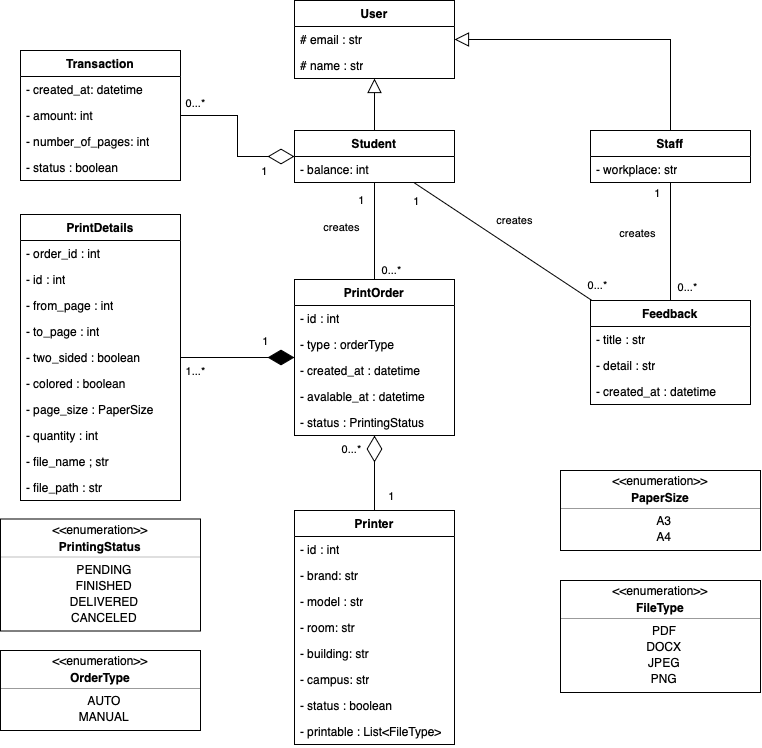
Before: domain-model.drawio.png, a diagram exported from draw.io (blueonline07/test-somth). Source tidied: cells renumbered, new cells last; positions are measured from the earlier drawing's top-left corner, leaving out a move shared by most shapes.
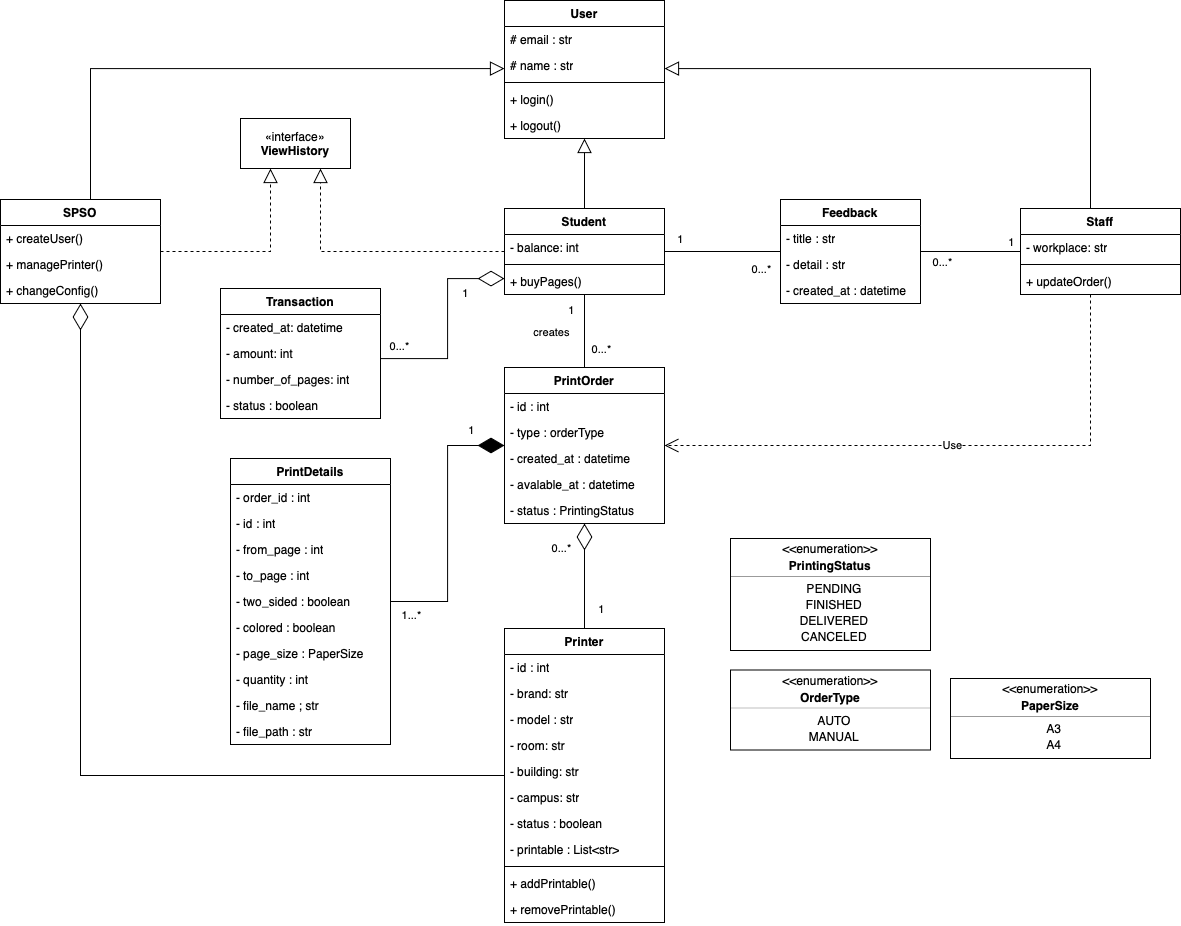
After the commit.

What changed in the source:
```diff
@@ -5,3 +5,3 @@
     <mxCell id="2" value="User" style="swimlane;fontStyle=1;align=center;verticalAlign=top;horizontal=1;startSize=26;whiteSpace=wrap;html=1;" parent="1" vertex="1">
-      <mxGeometry x="294" width="160" height="78" as="geometry" />
+      <mxGeometry x="294" y="-88" width="160" height="138" as="geometry" />
     </mxCell>
@@ -13,4 +13,13 @@
     </mxCell>
+    <mxCell id="99" style="line;strokeWidth=1;fillColor=none;align=left;verticalAlign=middle;spacingTop=-1;spacingLeft=3;spacingRight=3;labelPosition=right;strokeColor=inherit;" parent="2" vertex="1">
+      <mxGeometry y="78" width="160" height="8" as="geometry" />
+    </mxCell>
+    <mxCell id="100" value="+ login()" style="text;strokeColor=none;fillColor=none;align=left;verticalAlign=top;spacingLeft=4;spacingRight=4;overflow=hidden;whiteSpace=wrap;html=1;" parent="2" vertex="1">
+      <mxGeometry y="86" width="160" height="26" as="geometry" />
+    </mxCell>
+    <mxCell id="101" value="+ logout()" style="text;strokeColor=none;fillColor=none;align=left;verticalAlign=top;spacingLeft=4;spacingRight=4;overflow=hidden;whiteSpace=wrap;html=1;" parent="2" vertex="1">
+      <mxGeometry y="112" width="160" height="26" as="geometry" />
+    </mxCell>
     <mxCell id="5" value="Student" style="swimlane;fontStyle=1;align=center;verticalAlign=top;horizontal=1;startSize=26;whiteSpace=wrap;html=1;" parent="1" vertex="1">
-      <mxGeometry x="294" y="130" width="160" height="52" as="geometry" />
+      <mxGeometry x="294" y="120" width="160" height="86" as="geometry" />
     </mxCell>
@@ -19,4 +28,10 @@
     </mxCell>
+    <mxCell id="102" style="line;strokeWidth=1;fillColor=none;align=left;verticalAlign=middle;spacingTop=-1;spacingLeft=3;spacingRight=3;labelPosition=right;strokeColor=inherit;" parent="5" vertex="1">
+      <mxGeometry y="52" width="160" height="8" as="geometry" />
+    </mxCell>
+    <mxCell id="103" value="+ buyPages()" style="text;strokeColor=none;fillColor=none;align=left;verticalAlign=top;spacingLeft=4;spacingRight=4;overflow=hidden;whiteSpace=wrap;html=1;" parent="5" vertex="1">
+      <mxGeometry y="60" width="160" height="26" as="geometry" />
+    </mxCell>
     <mxCell id="7" value="Staff" style="swimlane;fontStyle=1;align=center;verticalAlign=top;horizontal=1;startSize=26;whiteSpace=wrap;html=1;" parent="1" vertex="1">
-      <mxGeometry x="590" y="130" width="160" height="52" as="geometry" />
+      <mxGeometry x="810" y="120" width="160" height="86" as="geometry" />
     </mxCell>
@@ -25,2 +40,8 @@
     </mxCell>
+    <mxCell id="104" style="line;strokeWidth=1;fillColor=none;align=left;verticalAlign=middle;spacingTop=-1;spacingLeft=3;spacingRight=3;labelPosition=right;strokeColor=inherit;" parent="7" vertex="1">
+      <mxGeometry y="52" width="160" height="8" as="geometry" />
+    </mxCell>
+    <mxCell id="105" value="+ updateOrder()" style="text;strokeColor=none;fillColor=none;align=left;verticalAlign=top;spacingLeft=4;spacingRight=4;overflow=hidden;whiteSpace=wrap;html=1;" parent="7" vertex="1">
+      <mxGeometry y="60" width="160" height="26" as="geometry" />
+    </mxCell>
     <mxCell id="9" value="PrintOrder" style="swimlane;fontStyle=1;align=center;verticalAlign=top;horizontal=1;startSize=26;whiteSpace=wrap;html=1;" parent="1" vertex="1">
@@ -44,3 +65,3 @@
     <mxCell id="15" value="Printer" style="swimlane;fontStyle=1;align=center;verticalAlign=top;horizontal=1;startSize=26;whiteSpace=wrap;html=1;" parent="1" vertex="1">
-      <mxGeometry x="294" y="510" width="160" height="234" as="geometry" />
+      <mxGeometry x="294" y="540" width="160" height="294" as="geometry" />
     </mxCell>
@@ -67,7 +88,16 @@
     </mxCell>
-    <mxCell id="23" value="- printable : List&amp;lt;FileType&amp;gt;" style="text;strokeColor=none;fillColor=none;align=left;verticalAlign=top;spacingLeft=4;spacingRight=4;overflow=hidden;whiteSpace=wrap;html=1;" parent="15" vertex="1">
+    <mxCell id="23" value="- printable : List&amp;lt;str&amp;gt;" style="text;strokeColor=none;fillColor=none;align=left;verticalAlign=top;spacingLeft=4;spacingRight=4;overflow=hidden;whiteSpace=wrap;html=1;" parent="15" vertex="1">
       <mxGeometry y="208" width="160" height="26" as="geometry" />
     </mxCell>
+    <mxCell id="106" style="line;strokeWidth=1;fillColor=none;align=left;verticalAlign=middle;spacingTop=-1;spacingLeft=3;spacingRight=3;labelPosition=right;strokeColor=inherit;" parent="15" vertex="1">
+      <mxGeometry y="234" width="160" height="8" as="geometry" />
+    </mxCell>
+    <mxCell id="107" value="+ addPrintable()" style="text;strokeColor=none;fillColor=none;align=left;verticalAlign=top;spacingLeft=4;spacingRight=4;overflow=hidden;whiteSpace=wrap;html=1;" parent="15" vertex="1">
+      <mxGeometry y="242" width="160" height="26" as="geometry" />
+    </mxCell>
+    <mxCell id="108" value="+ removePrintable()" style="text;strokeColor=none;fillColor=none;align=left;verticalAlign=top;spacingLeft=4;spacingRight=4;overflow=hidden;whiteSpace=wrap;html=1;" parent="15" vertex="1">
+      <mxGeometry y="268" width="160" height="26" as="geometry" />
+    </mxCell>
     <mxCell id="24" value="PrintDetails" style="swimlane;fontStyle=1;align=center;verticalAlign=top;horizontal=1;startSize=26;whiteSpace=wrap;html=1;" parent="1" vertex="1">
-      <mxGeometry x="20" y="214" width="160" height="286" as="geometry" />
+      <mxGeometry x="20" y="370" width="160" height="286" as="geometry" />
     </mxCell>
@@ -104,14 +134,14 @@
     <mxCell id="35" value="Feedback" style="swimlane;fontStyle=1;align=center;verticalAlign=top;horizontal=1;startSize=26;whiteSpace=wrap;html=1;" parent="1" vertex="1">
-      <mxGeometry x="590" y="300" width="160" height="104" as="geometry" />
+      <mxGeometry x="570" y="111" width="140" height="104" as="geometry" />
     </mxCell>
     <mxCell id="36" value="- title : str" style="text;strokeColor=none;fillColor=none;align=left;verticalAlign=top;spacingLeft=4;spacingRight=4;overflow=hidden;whiteSpace=wrap;html=1;" parent="35" vertex="1">
-      <mxGeometry y="26" width="160" height="26" as="geometry" />
+      <mxGeometry y="26" width="140" height="26" as="geometry" />
     </mxCell>
     <mxCell id="37" value="- detail : str" style="text;strokeColor=none;fillColor=none;align=left;verticalAlign=top;spacingLeft=4;spacingRight=4;overflow=hidden;whiteSpace=wrap;html=1;" parent="35" vertex="1">
-      <mxGeometry y="52" width="160" height="26" as="geometry" />
+      <mxGeometry y="52" width="140" height="26" as="geometry" />
     </mxCell>
     <mxCell id="38" value="- created_at : datetime&lt;span style=&quot;caret-color: rgba(0, 0, 0, 0); color: rgba(0, 0, 0, 0); font-family: monospace; font-size: 0px; white-space: nowrap;&quot;&gt;%3CmxGraphModel%3E%3Croot%3E%3CmxCell%20id%3D%220%22%2F%3E%3CmxCell%20id%3D%221%22%20parent%3D%220%22%2F%3E%3CmxCell%20id%3D%222%22%20value%3D%22-%20id%20%3A%20int%22%20style%3D%22text%3BstrokeColor%3Dnone%3BfillColor%3Dnone%3Balign%3Dleft%3BverticalAlign%3Dtop%3BspacingLeft%3D4%3BspacingRight%3D4%3Boverflow%3Dhidden%3Brotatable%3D0%3Bpoints%3D%5B%5B0%2C0.5%5D%2C%5B1%2C0.5%5D%5D%3BportConstraint%3Deastwest%3BwhiteSpace%3Dwrap%3Bhtml%3D1%3B%22%20vertex%3D%221%22%20parent%3D%221%22%3E%3CmxGeometry%20x%3D%22340%22%20y%3D%22256%22%20width%3D%22160%22%20height%3D%2226%22%20as%3D%22geometry%22%2F%3E%3C%2FmxCell%3E%3C%2Froot%3E%3C%2FmxGraphModel%3E&lt;/span&gt;" style="text;strokeColor=none;fillColor=none;align=left;verticalAlign=top;spacingLeft=4;spacingRight=4;overflow=hidden;whiteSpace=wrap;html=1;" parent="35" vertex="1">
-      <mxGeometry y="78" width="160" height="26" as="geometry" />
+      <mxGeometry y="78" width="140" height="26" as="geometry" />
     </mxCell>
-    <mxCell id="39" style="endArrow=diamondThin;endFill=1;endSize=24;html=1;rounded=0;" parent="1" edge="1" source="24" target="9">
+    <mxCell id="39" style="endArrow=diamondThin;endFill=1;endSize=24;html=1;rounded=0;edgeStyle=orthogonalEdgeStyle;" parent="1" edge="1" source="24" target="9">
       <mxGeometry relative="1" as="geometry" />
@@ -120,3 +150,3 @@
       <mxGeometry x="-0.72" y="3" relative="1" as="geometry">
-        <mxPoint x="-1" y="16" as="offset" />
+        <mxPoint x="-18" y="16" as="offset" />
       </mxGeometry>
@@ -125,3 +155,3 @@
       <mxGeometry x="0.49" y="1" relative="1" as="geometry">
-        <mxPoint y="-16" as="offset" />
+        <mxPoint x="24" y="-29" as="offset" />
       </mxGeometry>
@@ -156,3 +186,3 @@
       <mxGeometry x="0.65" y="3" relative="1" as="geometry">
-        <mxPoint x="13" y="7" as="offset" />
+        <mxPoint x="13" y="-6" as="offset" />
       </mxGeometry>
@@ -162,10 +192,5 @@
     </mxCell>
-    <mxCell id="50" value="creates" style="edgeLabel;html=1;align=center;verticalAlign=middle;" parent="49" vertex="1">
-      <mxGeometry x="-0.37" y="3" relative="1" as="geometry">
-        <mxPoint x="-37" y="13" as="offset" />
-      </mxGeometry>
-    </mxCell>
     <mxCell id="51" value="1" style="edgeLabel;html=1;align=center;verticalAlign=middle;" parent="49" vertex="1">
       <mxGeometry x="-0.67" relative="1" as="geometry">
-        <mxPoint x="-14" y="-10" as="offset" />
+        <mxPoint x="6" y="-10" as="offset" />
       </mxGeometry>
@@ -174,3 +199,3 @@
       <mxGeometry x="0.65" y="3" relative="1" as="geometry">
-        <mxPoint x="13" y="7" as="offset" />
+        <mxPoint x="3" y="7" as="offset" />
       </mxGeometry>
@@ -180,10 +205,5 @@
     </mxCell>
-    <mxCell id="54" value="creates" style="edgeLabel;html=1;align=center;verticalAlign=middle;" parent="53" vertex="1">
-      <mxGeometry x="-0.37" y="3" relative="1" as="geometry">
-        <mxPoint x="42" y="3" as="offset" />
-      </mxGeometry>
-    </mxCell>
     <mxCell id="55" value="1" style="edgeLabel;html=1;align=center;verticalAlign=middle;" parent="53" vertex="1">
       <mxGeometry x="-0.67" relative="1" as="geometry">
-        <mxPoint x="-27" y="-1" as="offset" />
+        <mxPoint x="-3" y="-13" as="offset" />
       </mxGeometry>
@@ -192,3 +212,3 @@
       <mxGeometry x="0.65" y="3" relative="1" as="geometry">
-        <mxPoint x="34" y="7" as="offset" />
+        <mxPoint y="20" as="offset" />
       </mxGeometry>
@@ -201,3 +221,3 @@
         <Array as="points">
-          <mxPoint x="670" y="39" />
+          <mxPoint x="880" y="-20" />
         </Array>
@@ -206,3 +226,3 @@
     <mxCell id="59" style="fontStyle=1;align=center;verticalAlign=middle;horizontal=1;" parent="1" vertex="1">
-      <mxGeometry x="560" y="470" width="200" height="80" as="geometry" />
+      <mxGeometry x="740" y="590" width="200" height="80" as="geometry" />
     </mxCell>
@@ -226,31 +246,4 @@
     </mxCell>
-    <mxCell id="66" style="fontStyle=1;align=center;verticalAlign=middle;horizontal=1;" parent="1" vertex="1">
-      <mxGeometry x="560" y="580" width="200" height="112" as="geometry" />
-    </mxCell>
-    <mxCell id="67" value="&amp;lt;&amp;lt;enumeration&amp;gt;&amp;gt;" style="html=1;align=center;spacing=0;verticalAlign=middle;strokeColor=none;fillColor=none;whiteSpace=wrap;" parent="66" vertex="1">
-      <mxGeometry width="200" height="20" as="geometry" />
-    </mxCell>
-    <mxCell id="68" value="FileType" style="html=1;align=center;spacing=0;verticalAlign=middle;strokeColor=none;fillColor=none;whiteSpace=wrap;fontStyle=1;" parent="66" vertex="1">
-      <mxGeometry y="20" width="200" height="14" as="geometry" />
-    </mxCell>
-    <mxCell id="69" style="line;strokeWidth=0.25;fillColor=none;align=left;verticalAlign=middle;spacingTop=-1;spacingLeft=3;spacingRight=3;labelPosition=right;" parent="66" vertex="1">
-      <mxGeometry y="34" width="200" height="8" as="geometry" />
-    </mxCell>
-    <mxCell id="70" value="PDF" style="html=1;align=center;spacing=0;spacingLeft=8;verticalAlign=middle;strokeColor=none;fillColor=none;whiteSpace=wrap;" parent="66" vertex="1">
-      <mxGeometry y="42" width="200" height="16" as="geometry" />
-    </mxCell>
-    <mxCell id="71" value="DOCX" style="html=1;align=center;spacing=0;spacingLeft=8;verticalAlign=middle;strokeColor=none;fillColor=none;whiteSpace=wrap;" parent="66" vertex="1">
-      <mxGeometry y="58" width="200" height="16" as="geometry" />
-    </mxCell>
-    <mxCell id="72" value="JPEG" style="html=1;align=center;spacing=0;spacingLeft=8;verticalAlign=middle;strokeColor=none;fillColor=none;whiteSpace=wrap;" parent="66" vertex="1">
-      <mxGeometry y="74" width="200" height="16" as="geometry" />
-    </mxCell>
-    <mxCell id="73" value="PNG" style="html=1;align=center;spacing=0;spacingLeft=8;verticalAlign=middle;strokeColor=none;fillColor=none;whiteSpace=wrap;" parent="66" vertex="1">
-      <mxGeometry y="90" width="200" height="16" as="geometry" />
-    </mxCell>
-    <mxCell id="74" style="html=1;align=left;spacing=0;spacingLeft=8;verticalAlign=middle;strokeColor=none;fillColor=none;whiteSpace=wrap;" parent="66" vertex="1">
-      <mxGeometry y="106" width="200" height="6" as="geometry" />
-    </mxCell>
     <mxCell id="75" style="fontStyle=1;align=center;verticalAlign=middle;horizontal=1;" parent="1" vertex="1">
-      <mxGeometry y="518.5" width="200" height="112" as="geometry" />
+      <mxGeometry x="520" y="450" width="200" height="112" as="geometry" />
     </mxCell>
@@ -281,3 +274,3 @@
     <mxCell id="84" style="fontStyle=1;align=center;verticalAlign=middle;horizontal=1;" parent="1" vertex="1">
-      <mxGeometry y="650" width="200" height="80" as="geometry" />
+      <mxGeometry x="520" y="581.5" width="200" height="80" as="geometry" />
     </mxCell>
@@ -302,3 +295,3 @@
     <mxCell id="91" value="Transaction" style="swimlane;fontStyle=1;align=center;verticalAlign=top;horizontal=1;startSize=26;whiteSpace=wrap;html=1;" parent="1" vertex="1">
-      <mxGeometry x="20" y="50" width="160" height="130" as="geometry" />
+      <mxGeometry x="10" y="200" width="160" height="130" as="geometry" />
     </mxCell>
@@ -319,4 +312,4 @@
         <Array as="points">
-          <mxPoint x="237" y="115" />
-          <mxPoint x="237" y="156" />
+          <mxPoint x="237" y="270" />
+          <mxPoint x="237" y="190" />
         </Array>
@@ -334,2 +327,48 @@
     </mxCell>
+    <mxCell id="109" value="SPSO" style="swimlane;fontStyle=1;align=center;verticalAlign=top;horizontal=1;startSize=26;whiteSpace=wrap;html=1;" parent="1" vertex="1">
+      <mxGeometry x="-210" y="111" width="160" height="104" as="geometry" />
+    </mxCell>
+    <mxCell id="110" value="+ createUser()" style="text;strokeColor=none;fillColor=none;align=left;verticalAlign=top;spacingLeft=4;spacingRight=4;overflow=hidden;whiteSpace=wrap;html=1;" parent="109" vertex="1">
+      <mxGeometry y="26" width="160" height="26" as="geometry" />
+    </mxCell>
+    <mxCell id="111" value="+ managePrinter()" style="text;strokeColor=none;fillColor=none;align=left;verticalAlign=top;spacingLeft=4;spacingRight=4;overflow=hidden;whiteSpace=wrap;html=1;" parent="109" vertex="1">
+      <mxGeometry y="52" width="160" height="26" as="geometry" />
+    </mxCell>
+    <mxCell id="112" value="+ changeConfig()" style="text;strokeColor=none;fillColor=none;align=left;verticalAlign=top;spacingLeft=4;spacingRight=4;overflow=hidden;whiteSpace=wrap;html=1;" parent="109" vertex="1">
+      <mxGeometry y="78" width="160" height="26" as="geometry" />
+    </mxCell>
+    <mxCell id="113" style="html=1;endSize=12;endArrow=block;endFill=0;rounded=0;edgeStyle=orthogonalEdgeStyle;" parent="1" edge="1" source="109" target="2">
+      <mxGeometry relative="1" as="geometry">
+        <Array as="points">
+          <mxPoint x="-120" y="-20" />
+        </Array>
+      </mxGeometry>
+    </mxCell>
+    <mxCell id="114" value="Use" style="endArrow=open;endSize=12;dashed=1;html=1;rounded=0;edgeStyle=orthogonalEdgeStyle;" parent="1" edge="1" source="7" target="9">
+      <mxGeometry relative="1" as="geometry">
+        <Array as="points">
+          <mxPoint x="880" y="357" />
+        </Array>
+      </mxGeometry>
+    </mxCell>
+    <mxCell id="115" style="endArrow=diamondThin;endFill=0;endSize=24;html=1;rounded=0;edgeStyle=orthogonalEdgeStyle;" parent="1" edge="1" source="15" target="109">
+      <mxGeometry relative="1" as="geometry" />
+    </mxCell>
+    <mxCell id="116" value="«interface»&lt;br&gt;&lt;b&gt;ViewHistory&lt;/b&gt;" style="html=1;whiteSpace=wrap;" parent="1" vertex="1">
+      <mxGeometry x="30" y="30" width="110" height="50" as="geometry" />
+    </mxCell>
+    <mxCell id="117" style="endArrow=block;dashed=1;endFill=0;endSize=12;html=1;rounded=0;edgeStyle=orthogonalEdgeStyle;" parent="1" edge="1" source="5" target="116">
+      <mxGeometry relative="1" as="geometry">
+        <Array as="points">
+          <mxPoint x="110" y="163" />
+        </Array>
+      </mxGeometry>
+    </mxCell>
+    <mxCell id="118" style="endArrow=block;dashed=1;endFill=0;endSize=12;html=1;rounded=0;edgeStyle=orthogonalEdgeStyle;" parent="1" edge="1" source="109" target="116">
+      <mxGeometry relative="1" as="geometry">
+        <Array as="points">
+          <mxPoint x="60" y="163" />
+        </Array>
+      </mxGeometry>
+    </mxCell>
   </root>
```
